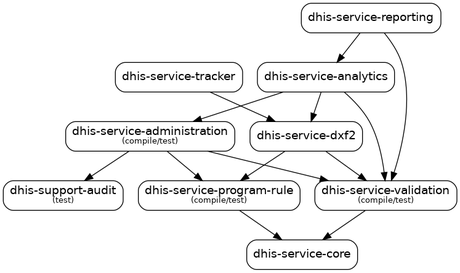
teleivo/critic keeps this Graphviz diagram as example/dependency-graph.png. Above is the earlier version. Its source is kept beside it as example/dependency-graph.dot. The source it was exported from:
```dot
digraph "dhis" {
  node [shape="box",style="rounded",fontname="Helvetica",fontsize="14"]
  edge [fontsize="10",fontname="Helvetica"]

  "org.hisp.dhis:dhis-service-validation:jar"[label=<dhis-service-validation<font point-size="10"><br/>(compile/test)</font>>]
  "org.hisp.dhis:dhis-service-core:jar"[label=<dhis-service-core>]
  "org.hisp.dhis:dhis-service-program-rule:jar"[label=<dhis-service-program-rule<font point-size="10"><br/>(compile/test)</font>>]
  "org.hisp.dhis:dhis-service-administration:jar"[label=<dhis-service-administration<font point-size="10"><br/>(compile/test)</font>>]
  "org.hisp.dhis:dhis-support-audit:jar"[label=<dhis-support-audit<font point-size="10"><br/>(test)</font>>]
  "org.hisp.dhis:dhis-service-dxf2:jar"[label=<dhis-service-dxf2>]
  "org.hisp.dhis:dhis-service-analytics:jar"[label=<dhis-service-analytics>]
  "org.hisp.dhis:dhis-service-tracker:jar"[label=<dhis-service-tracker>]
  "org.hisp.dhis:dhis-service-reporting:jar"[label=<dhis-service-reporting>]

  "org.hisp.dhis:dhis-service-validation:jar" -> "org.hisp.dhis:dhis-service-core:jar"[weight=107, label="01:47 min"]
  "org.hisp.dhis:dhis-service-program-rule:jar" -> "org.hisp.dhis:dhis-service-core:jar"[weight=100, label="01:40 min"]
  "org.hisp.dhis:dhis-service-administration:jar" -> "org.hisp.dhis:dhis-service-program-rule:jar"[weight=99, label="01:39 min"]
  "org.hisp.dhis:dhis-service-administration:jar" -> "org.hisp.dhis:dhis-service-validation:jar"[weight=99, label="01:39 min"]
  "org.hisp.dhis:dhis-service-administration:jar" -> "org.hisp.dhis:dhis-support-audit:jar"[weight=99, label="01:39 min"]
  "org.hisp.dhis:dhis-service-dxf2:jar" -> "org.hisp.dhis:dhis-service-program-rule:jar"[weight=223, label="03:43 min"]
  "org.hisp.dhis:dhis-service-dxf2:jar" -> "org.hisp.dhis:dhis-service-validation:jar"[weight=223, label="03:43 min"]
  "org.hisp.dhis:dhis-service-analytics:jar" -> "org.hisp.dhis:dhis-service-dxf2:jar"[weight=246, label="04:06 min"]
  "org.hisp.dhis:dhis-service-analytics:jar" -> "org.hisp.dhis:dhis-service-administration:jar"[weight=246, label="04:06 min"]
  "org.hisp.dhis:dhis-service-analytics:jar" -> "org.hisp.dhis:dhis-service-validation:jar"[weight=246, label="04:06 min"]
  "org.hisp.dhis:dhis-service-tracker:jar" -> "org.hisp.dhis:dhis-service-dxf2:jar"[weight=198, label="03:18 min"]
  "org.hisp.dhis:dhis-service-reporting:jar" -> "org.hisp.dhis:dhis-service-analytics:jar"[weight=161, label="02:41 min"]
  "org.hisp.dhis:dhis-service-reporting:jar" -> "org.hisp.dhis:dhis-service-validation:jar"[weight=161, label="02:41 min"]
}
```
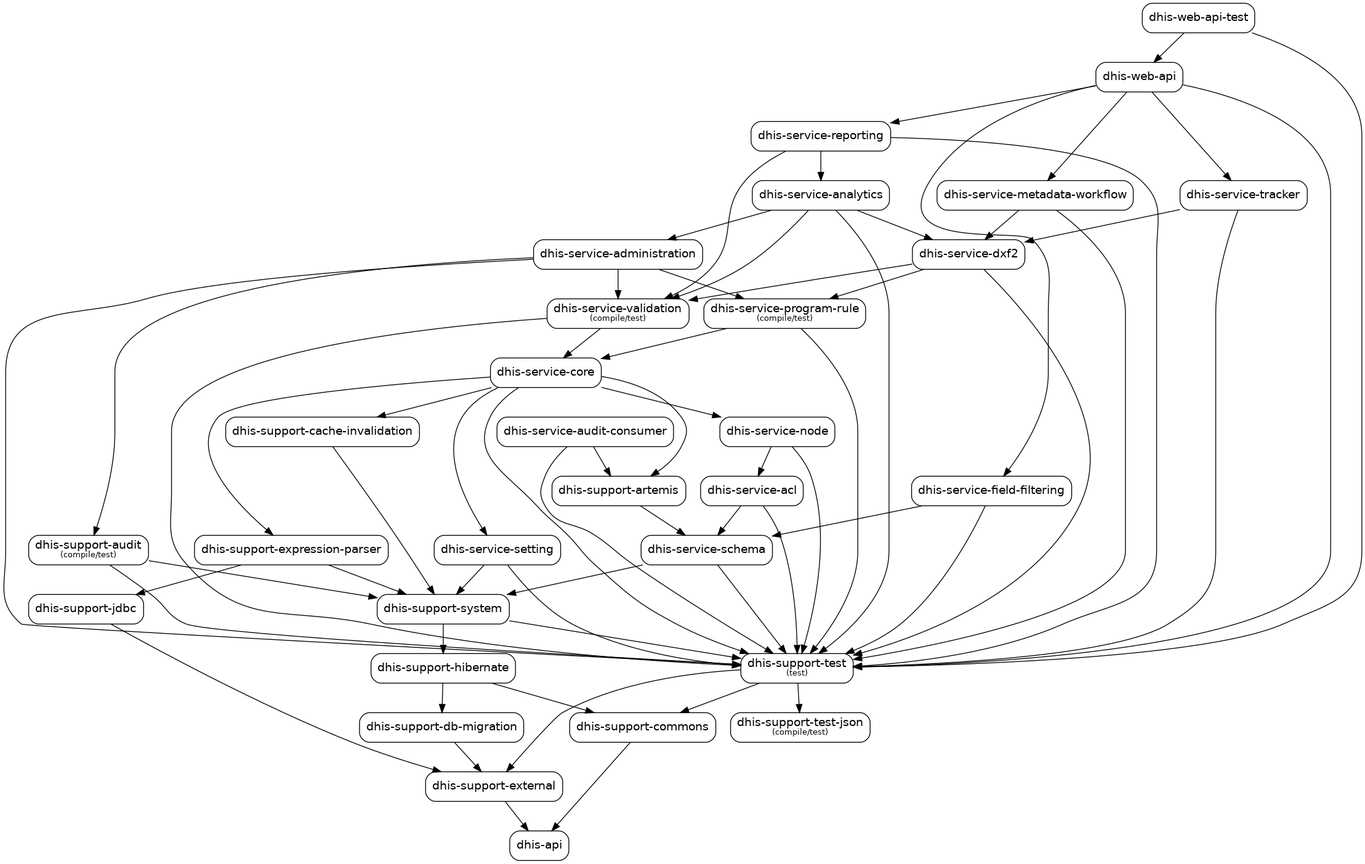
Above is the later version.

The edit, as a diff of the source:
```diff
@@ -2,27 +2,99 @@
   node [shape="box",style="rounded",fontname="Helvetica",fontsize="14"]
   edge [fontsize="10",fontname="Helvetica"]
 
+  "org.hisp.dhis:dhis-support-external:jar"[label=<dhis-support-external>]
+  "org.hisp.dhis:dhis-api:jar"[label=<dhis-api>]
+  "org.hisp.dhis:dhis-support-db-migration:jar"[label=<dhis-support-db-migration>]
+  "org.hisp.dhis:dhis-support-commons:jar"[label=<dhis-support-commons>]
+  "org.hisp.dhis:dhis-support-hibernate:jar"[label=<dhis-support-hibernate>]
+  "org.hisp.dhis:dhis-support-test:jar"[label=<dhis-support-test<font point-size="10"><br/>(test)</font>>]
+  "org.hisp.dhis:dhis-support-test-json:jar"[label=<dhis-support-test-json<font point-size="10"><br/>(compile/test)</font>>]
+  "org.hisp.dhis:dhis-support-system:jar"[label=<dhis-support-system>]
+  "org.hisp.dhis:dhis-service-schema:jar"[label=<dhis-service-schema>]
+  "org.hisp.dhis:dhis-service-setting:jar"[label=<dhis-service-setting>]
+  "org.hisp.dhis:dhis-service-acl:jar"[label=<dhis-service-acl>]
+  "org.hisp.dhis:dhis-support-artemis:jar"[label=<dhis-support-artemis>]
+  "org.hisp.dhis:dhis-service-audit-consumer:jar"[label=<dhis-service-audit-consumer>]
+  "org.hisp.dhis:dhis-service-node:jar"[label=<dhis-service-node>]
+  "org.hisp.dhis:dhis-service-field-filtering:jar"[label=<dhis-service-field-filtering>]
+  "org.hisp.dhis:dhis-support-jdbc:jar"[label=<dhis-support-jdbc>]
+  "org.hisp.dhis:dhis-support-expression-parser:jar"[label=<dhis-support-expression-parser>]
+  "org.hisp.dhis:dhis-support-cache-invalidation:jar"[label=<dhis-support-cache-invalidation>]
+  "org.hisp.dhis:dhis-service-core:jar"[label=<dhis-service-core>]
   "org.hisp.dhis:dhis-service-validation:jar"[label=<dhis-service-validation<font point-size="10"><br/>(compile/test)</font>>]
-  "org.hisp.dhis:dhis-service-core:jar"[label=<dhis-service-core>]
   "org.hisp.dhis:dhis-service-program-rule:jar"[label=<dhis-service-program-rule<font point-size="10"><br/>(compile/test)</font>>]
-  "org.hisp.dhis:dhis-service-administration:jar"[label=<dhis-service-administration<font point-size="10"><br/>(compile/test)</font>>]
-  "org.hisp.dhis:dhis-support-audit:jar"[label=<dhis-support-audit<font point-size="10"><br/>(test)</font>>]
+  "org.hisp.dhis:dhis-support-audit:jar"[label=<dhis-support-audit<font point-size="10"><br/>(compile/test)</font>>]
+  "org.hisp.dhis:dhis-service-administration:jar"[label=<dhis-service-administration>]
   "org.hisp.dhis:dhis-service-dxf2:jar"[label=<dhis-service-dxf2>]
+  "org.hisp.dhis:dhis-service-metadata-workflow:jar"[label=<dhis-service-metadata-workflow>]
   "org.hisp.dhis:dhis-service-analytics:jar"[label=<dhis-service-analytics>]
   "org.hisp.dhis:dhis-service-tracker:jar"[label=<dhis-service-tracker>]
   "org.hisp.dhis:dhis-service-reporting:jar"[label=<dhis-service-reporting>]
+  "org.hisp.dhis:dhis-web-api:jar"[label=<dhis-web-api>]
+  "org.hisp.dhis:dhis-web-api-test:jar"[label=<dhis-web-api-test>]
 
-  "org.hisp.dhis:dhis-service-validation:jar" -> "org.hisp.dhis:dhis-service-core:jar"[weight=107, label="01:47 min"]
-  "org.hisp.dhis:dhis-service-program-rule:jar" -> "org.hisp.dhis:dhis-service-core:jar"[weight=100, label="01:40 min"]
-  "org.hisp.dhis:dhis-service-administration:jar" -> "org.hisp.dhis:dhis-service-program-rule:jar"[weight=99, label="01:39 min"]
-  "org.hisp.dhis:dhis-service-administration:jar" -> "org.hisp.dhis:dhis-service-validation:jar"[weight=99, label="01:39 min"]
-  "org.hisp.dhis:dhis-service-administration:jar" -> "org.hisp.dhis:dhis-support-audit:jar"[weight=99, label="01:39 min"]
-  "org.hisp.dhis:dhis-service-dxf2:jar" -> "org.hisp.dhis:dhis-service-program-rule:jar"[weight=223, label="03:43 min"]
-  "org.hisp.dhis:dhis-service-dxf2:jar" -> "org.hisp.dhis:dhis-service-validation:jar"[weight=223, label="03:43 min"]
-  "org.hisp.dhis:dhis-service-analytics:jar" -> "org.hisp.dhis:dhis-service-dxf2:jar"[weight=246, label="04:06 min"]
-  "org.hisp.dhis:dhis-service-analytics:jar" -> "org.hisp.dhis:dhis-service-administration:jar"[weight=246, label="04:06 min"]
-  "org.hisp.dhis:dhis-service-analytics:jar" -> "org.hisp.dhis:dhis-service-validation:jar"[weight=246, label="04:06 min"]
-  "org.hisp.dhis:dhis-service-tracker:jar" -> "org.hisp.dhis:dhis-service-dxf2:jar"[weight=198, label="03:18 min"]
-  "org.hisp.dhis:dhis-service-reporting:jar" -> "org.hisp.dhis:dhis-service-analytics:jar"[weight=161, label="02:41 min"]
-  "org.hisp.dhis:dhis-service-reporting:jar" -> "org.hisp.dhis:dhis-service-validation:jar"[weight=161, label="02:41 min"]
+  "org.hisp.dhis:dhis-support-external:jar" -> "org.hisp.dhis:dhis-api:jar"
+  "org.hisp.dhis:dhis-support-db-migration:jar" -> "org.hisp.dhis:dhis-support-external:jar"
+  "org.hisp.dhis:dhis-support-commons:jar" -> "org.hisp.dhis:dhis-api:jar"
+  "org.hisp.dhis:dhis-support-hibernate:jar" -> "org.hisp.dhis:dhis-support-db-migration:jar"
+  "org.hisp.dhis:dhis-support-hibernate:jar" -> "org.hisp.dhis:dhis-support-commons:jar"
+  "org.hisp.dhis:dhis-support-test:jar" -> "org.hisp.dhis:dhis-support-test-json:jar"
+  "org.hisp.dhis:dhis-support-test:jar" -> "org.hisp.dhis:dhis-support-external:jar"
+  "org.hisp.dhis:dhis-support-test:jar" -> "org.hisp.dhis:dhis-support-commons:jar"
+  "org.hisp.dhis:dhis-support-system:jar" -> "org.hisp.dhis:dhis-support-hibernate:jar"
+  "org.hisp.dhis:dhis-support-system:jar" -> "org.hisp.dhis:dhis-support-test:jar"
+  "org.hisp.dhis:dhis-service-schema:jar" -> "org.hisp.dhis:dhis-support-test:jar"
+  "org.hisp.dhis:dhis-service-schema:jar" -> "org.hisp.dhis:dhis-support-system:jar"
+  "org.hisp.dhis:dhis-service-setting:jar" -> "org.hisp.dhis:dhis-support-test:jar"
+  "org.hisp.dhis:dhis-service-setting:jar" -> "org.hisp.dhis:dhis-support-system:jar"
+  "org.hisp.dhis:dhis-service-acl:jar" -> "org.hisp.dhis:dhis-service-schema:jar"
+  "org.hisp.dhis:dhis-service-acl:jar" -> "org.hisp.dhis:dhis-support-test:jar"
+  "org.hisp.dhis:dhis-support-artemis:jar" -> "org.hisp.dhis:dhis-service-schema:jar"
+  "org.hisp.dhis:dhis-service-audit-consumer:jar" -> "org.hisp.dhis:dhis-support-artemis:jar"
+  "org.hisp.dhis:dhis-service-audit-consumer:jar" -> "org.hisp.dhis:dhis-support-test:jar"
+  "org.hisp.dhis:dhis-service-node:jar" -> "org.hisp.dhis:dhis-service-acl:jar"
+  "org.hisp.dhis:dhis-service-node:jar" -> "org.hisp.dhis:dhis-support-test:jar"
+  "org.hisp.dhis:dhis-service-field-filtering:jar" -> "org.hisp.dhis:dhis-service-schema:jar"
+  "org.hisp.dhis:dhis-service-field-filtering:jar" -> "org.hisp.dhis:dhis-support-test:jar"
+  "org.hisp.dhis:dhis-support-jdbc:jar" -> "org.hisp.dhis:dhis-support-external:jar"
+  "org.hisp.dhis:dhis-support-expression-parser:jar" -> "org.hisp.dhis:dhis-support-jdbc:jar"
+  "org.hisp.dhis:dhis-support-expression-parser:jar" -> "org.hisp.dhis:dhis-support-system:jar"
+  "org.hisp.dhis:dhis-support-cache-invalidation:jar" -> "org.hisp.dhis:dhis-support-system:jar"
+  "org.hisp.dhis:dhis-service-core:jar" -> "org.hisp.dhis:dhis-service-setting:jar"
+  "org.hisp.dhis:dhis-service-core:jar" -> "org.hisp.dhis:dhis-service-node:jar"
+  "org.hisp.dhis:dhis-service-core:jar" -> "org.hisp.dhis:dhis-support-expression-parser:jar"
+  "org.hisp.dhis:dhis-service-core:jar" -> "org.hisp.dhis:dhis-support-artemis:jar"
+  "org.hisp.dhis:dhis-service-core:jar" -> "org.hisp.dhis:dhis-support-cache-invalidation:jar"
+  "org.hisp.dhis:dhis-service-core:jar" -> "org.hisp.dhis:dhis-support-test:jar"
+  "org.hisp.dhis:dhis-service-validation:jar" -> "org.hisp.dhis:dhis-service-core:jar"
+  "org.hisp.dhis:dhis-service-validation:jar" -> "org.hisp.dhis:dhis-support-test:jar"
+  "org.hisp.dhis:dhis-service-program-rule:jar" -> "org.hisp.dhis:dhis-service-core:jar"
+  "org.hisp.dhis:dhis-service-program-rule:jar" -> "org.hisp.dhis:dhis-support-test:jar"
+  "org.hisp.dhis:dhis-support-audit:jar" -> "org.hisp.dhis:dhis-support-system:jar"
+  "org.hisp.dhis:dhis-support-audit:jar" -> "org.hisp.dhis:dhis-support-test:jar"
+  "org.hisp.dhis:dhis-service-administration:jar" -> "org.hisp.dhis:dhis-service-program-rule:jar"
+  "org.hisp.dhis:dhis-service-administration:jar" -> "org.hisp.dhis:dhis-service-validation:jar"
+  "org.hisp.dhis:dhis-service-administration:jar" -> "org.hisp.dhis:dhis-support-audit:jar"
+  "org.hisp.dhis:dhis-service-administration:jar" -> "org.hisp.dhis:dhis-support-test:jar"
+  "org.hisp.dhis:dhis-service-dxf2:jar" -> "org.hisp.dhis:dhis-service-program-rule:jar"
+  "org.hisp.dhis:dhis-service-dxf2:jar" -> "org.hisp.dhis:dhis-support-test:jar"
+  "org.hisp.dhis:dhis-service-dxf2:jar" -> "org.hisp.dhis:dhis-service-validation:jar"
+  "org.hisp.dhis:dhis-service-metadata-workflow:jar" -> "org.hisp.dhis:dhis-service-dxf2:jar"
+  "org.hisp.dhis:dhis-service-metadata-workflow:jar" -> "org.hisp.dhis:dhis-support-test:jar"
+  "org.hisp.dhis:dhis-service-analytics:jar" -> "org.hisp.dhis:dhis-service-dxf2:jar"
+  "org.hisp.dhis:dhis-service-analytics:jar" -> "org.hisp.dhis:dhis-service-administration:jar"
+  "org.hisp.dhis:dhis-service-analytics:jar" -> "org.hisp.dhis:dhis-service-validation:jar"
+  "org.hisp.dhis:dhis-service-analytics:jar" -> "org.hisp.dhis:dhis-support-test:jar"
+  "org.hisp.dhis:dhis-service-tracker:jar" -> "org.hisp.dhis:dhis-service-dxf2:jar"
+  "org.hisp.dhis:dhis-service-tracker:jar" -> "org.hisp.dhis:dhis-support-test:jar"
+  "org.hisp.dhis:dhis-service-reporting:jar" -> "org.hisp.dhis:dhis-service-analytics:jar"
+  "org.hisp.dhis:dhis-service-reporting:jar" -> "org.hisp.dhis:dhis-service-validation:jar"
+  "org.hisp.dhis:dhis-service-reporting:jar" -> "org.hisp.dhis:dhis-support-test:jar"
+  "org.hisp.dhis:dhis-web-api:jar" -> "org.hisp.dhis:dhis-service-metadata-workflow:jar"
+  "org.hisp.dhis:dhis-web-api:jar" -> "org.hisp.dhis:dhis-service-reporting:jar"
+  "org.hisp.dhis:dhis-web-api:jar" -> "org.hisp.dhis:dhis-service-tracker:jar"
+  "org.hisp.dhis:dhis-web-api:jar" -> "org.hisp.dhis:dhis-service-field-filtering:jar"
+  "org.hisp.dhis:dhis-web-api:jar" -> "org.hisp.dhis:dhis-support-test:jar"
+  "org.hisp.dhis:dhis-web-api-test:jar" -> "org.hisp.dhis:dhis-web-api:jar"
+  "org.hisp.dhis:dhis-web-api-test:jar" -> "org.hisp.dhis:dhis-support-test:jar"
 }
```
